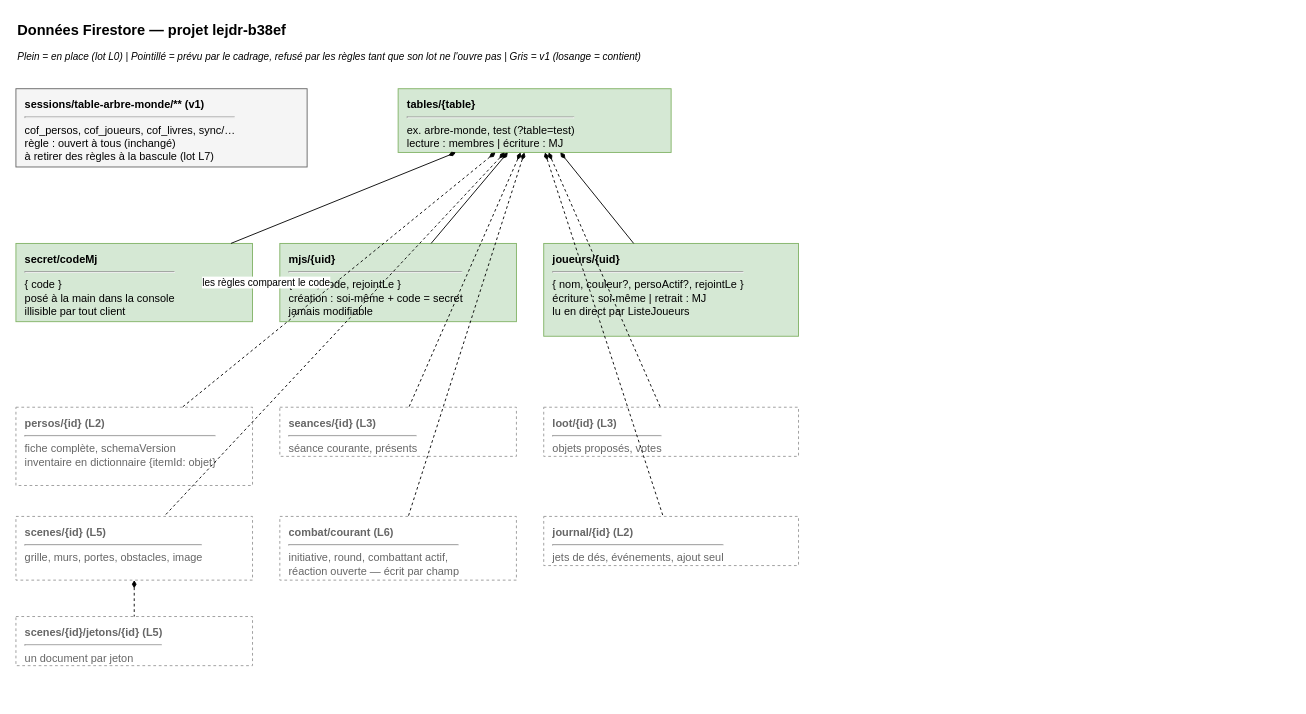
This is page "Architecture 2.0 - donnees Firestore" (2 of 2) of docs/architecture-v2.drawio from bazfar/cof-compagno, a draw.io file, before an edit. Source tidied: cells renumbered, new cells numbered last; positions are measured from the earlier drawing's top-left corner, leaving out a move shared by most shapes. Both pictures are drawn from the tidied source at 91%, with x=0, y=0 at pixel (15, 15).
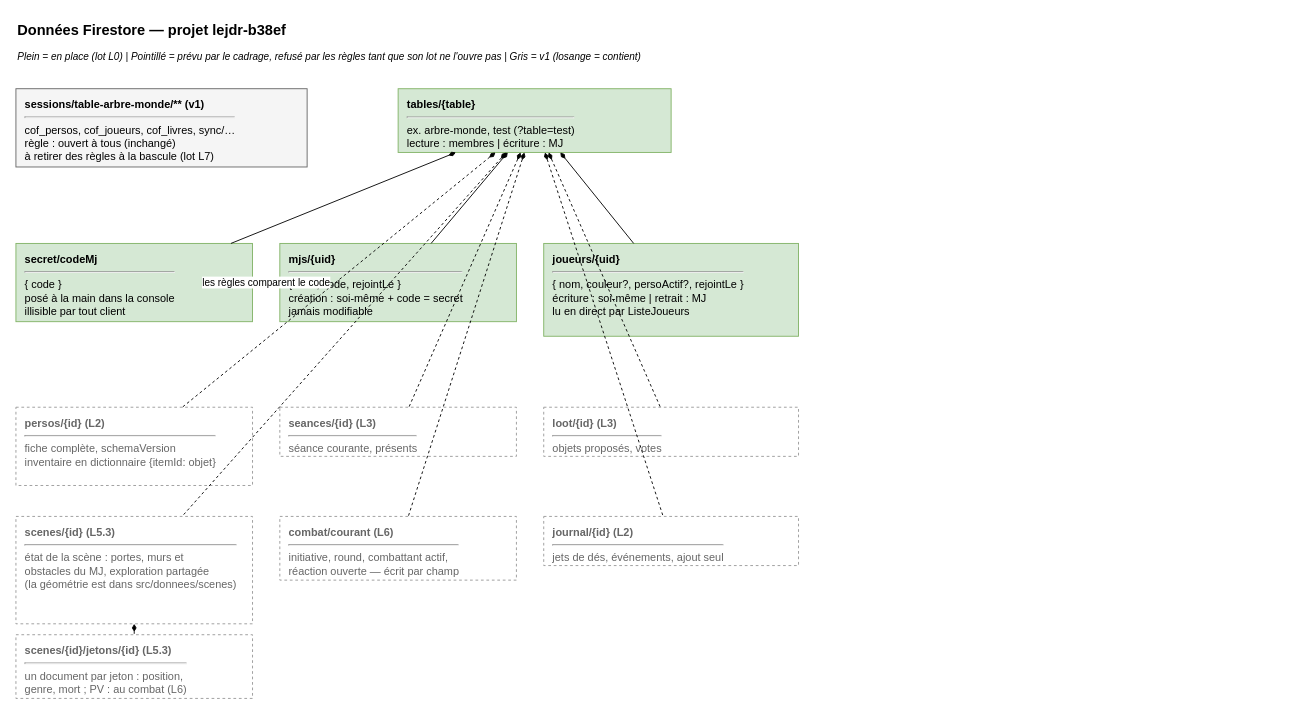
The same page after the edit.

Change to the diagram source:
```diff
@@
-    <mxCell id="12" value="&lt;b&gt;scenes/{id}  (L5)&lt;/b&gt;&lt;hr&gt;grille, murs, portes, obstacles, image" style="rounded=0;whiteSpace=wrap;html=1;align=left;verticalAlign=top;spacingLeft=8;spacingTop=4;fillColor=#ffffff;strokeColor=#999999;dashed=1;fontColor=#666666;" parent="1" vertex="1">
-      <mxGeometry y="550" width="260" height="70" as="geometry" />
+    <mxCell id="12" value="&lt;b&gt;scenes/{id}  (L5.3)&lt;/b&gt;&lt;hr&gt;état de la scène : portes, murs et&lt;br&gt;obstacles du MJ, exploration partagée&lt;br&gt;(la géométrie est dans src/donnees/scenes)" style="rounded=0;whiteSpace=wrap;html=1;align=left;verticalAlign=top;spacingLeft=8;spacingTop=4;fillColor=#ffffff;strokeColor=#999999;dashed=1;fontColor=#666666;" parent="1" vertex="1">
+      <mxGeometry y="550" width="260" height="118" as="geometry" />
     </mxCell>
-    <mxCell id="13" value="&lt;b&gt;scenes/{id}/jetons/{id}  (L5)&lt;/b&gt;&lt;hr&gt;un document par jeton" style="rounded=0;whiteSpace=wrap;html=1;align=left;verticalAlign=top;spacingLeft=8;spacingTop=4;fillColor=#ffffff;strokeColor=#999999;dashed=1;fontColor=#666666;" parent="1" vertex="1">
-      <mxGeometry y="660" width="260" height="54" as="geometry" />
+    <mxCell id="13" value="&lt;b&gt;scenes/{id}/jetons/{id}  (L5.3)&lt;/b&gt;&lt;hr&gt;un document par jeton : position,&lt;br&gt;genre, mort ; PV : au combat (L6)" style="rounded=0;whiteSpace=wrap;html=1;align=left;verticalAlign=top;spacingLeft=8;spacingTop=4;fillColor=#ffffff;strokeColor=#999999;dashed=1;fontColor=#666666;" parent="1" vertex="1">
+      <mxGeometry y="680" width="260" height="70" as="geometry" />
     </mxCell>
```
